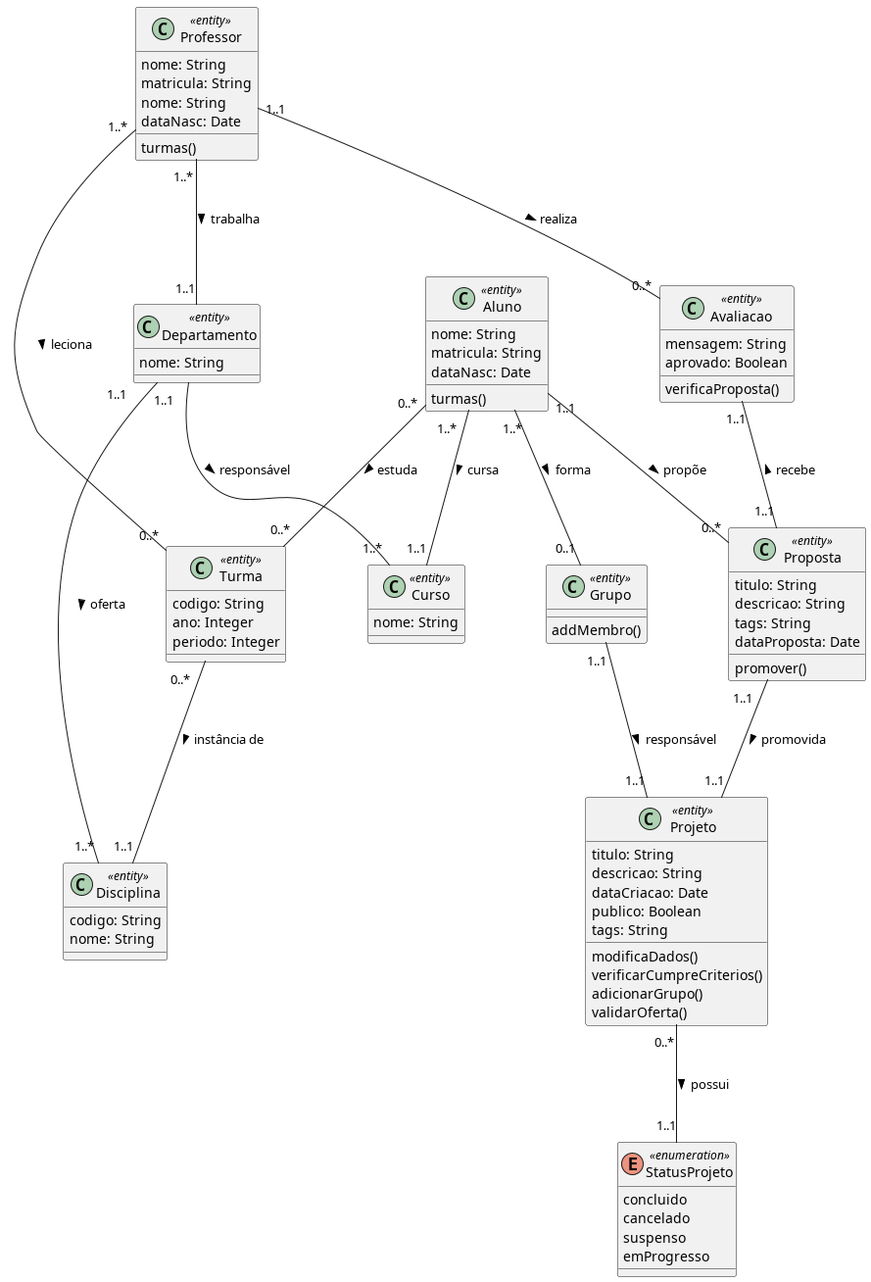
Earlier version of the PlantUML export diagramas/classe_projeto/base.png (Pedro-V/projetorium).
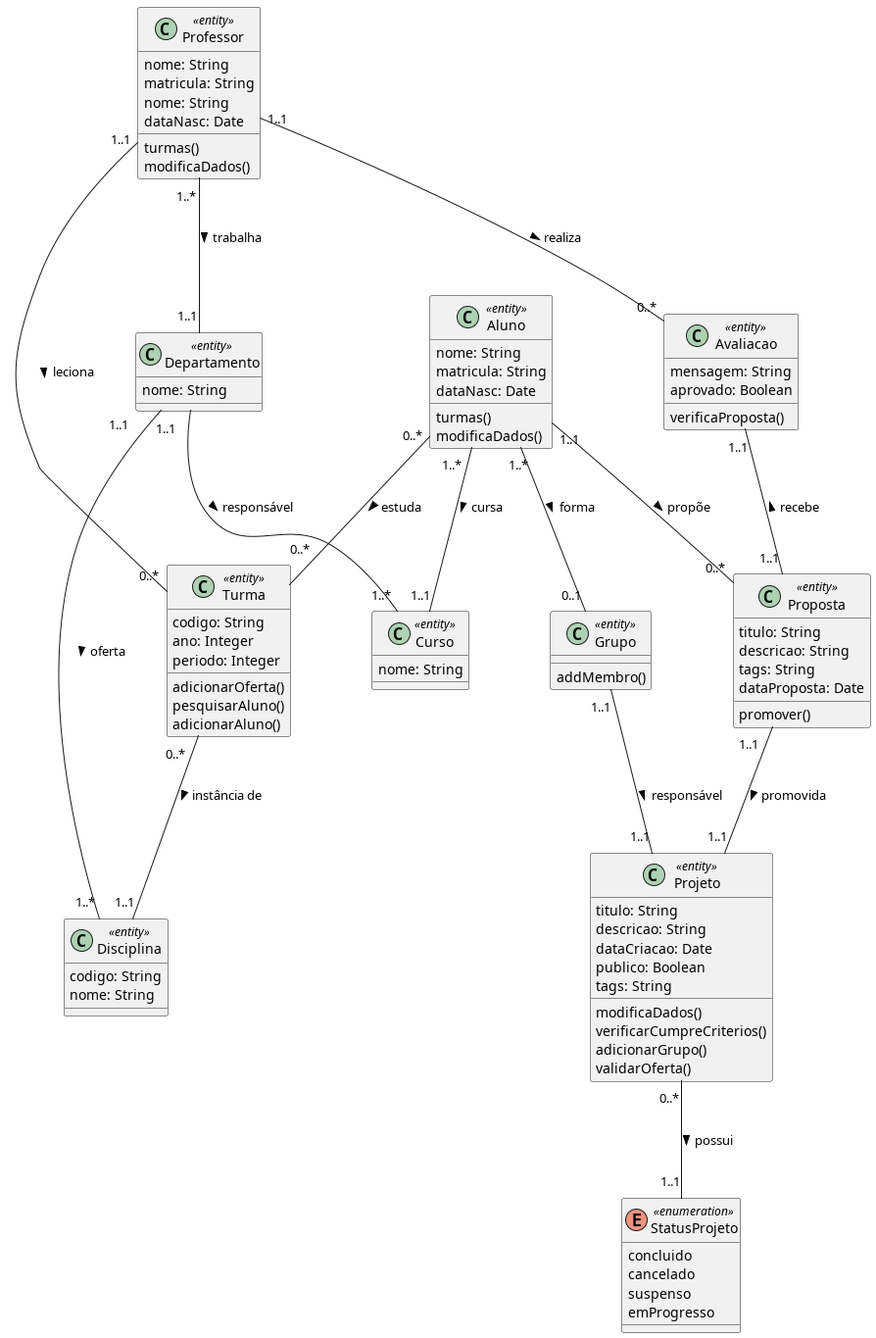
Above is the later version.

Commit message:
Cardinalidade turma-professor corrigida

What changed in the source:
```diff
@@ -18,6 +18,7 @@
   nome: String
   dataNasc: Date
   turmas()
+  modificaDados()
 }
 
 class Aluno <<entity>> {
@@ -25,6 +26,7 @@
   matricula: String
   dataNasc: Date
   turmas()
+  modificaDados()
 }
 
 class Grupo <<entity>> {
@@ -62,6 +64,9 @@
   codigo: String
   ano: Integer
   periodo: Integer
+  adicionarOferta()
+  pesquisarAluno()
+  adicionarAluno()
 }
 
 class Avaliacao <<entity>> {
@@ -84,7 +89,7 @@
 
 Grupo "1..1" -- "1..1" Projeto : responsável >
 
-Professor "1..*" -- "0..*" Turma : leciona >
+Professor "1..1" -- "0..*" Turma : leciona >
 Professor "1..1" -- "0..*" Avaliacao : realiza >
 
 Turma "0..*" -- "1..1" Disciplina : instância de >
```
